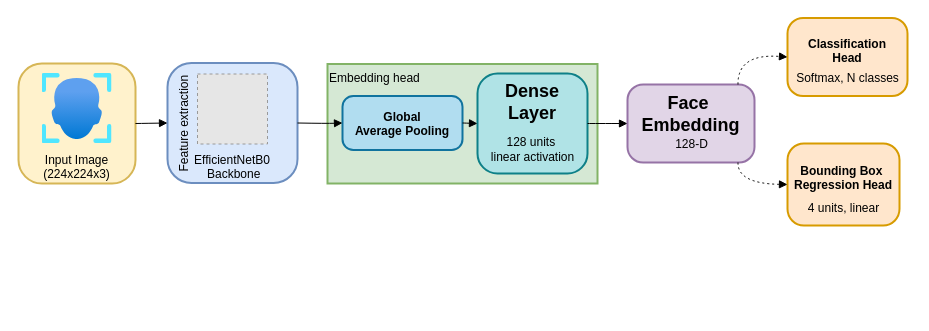
Before: src/assets/flowcharts/model_architecture.drawio in YuriiMurha/BP-face-recognition, a draw.io diagram. Source tidied: cells renumbered, new cells numbered last; positions are measured from the earlier drawing's top-left corner, leaving out a move shared by most shapes. Both pictures are drawn from the tidied source at 100%, with x=0, y=0 at pixel (18, 17). Pictures stored in the file or linked from it are replaced by grey dashed boxes.
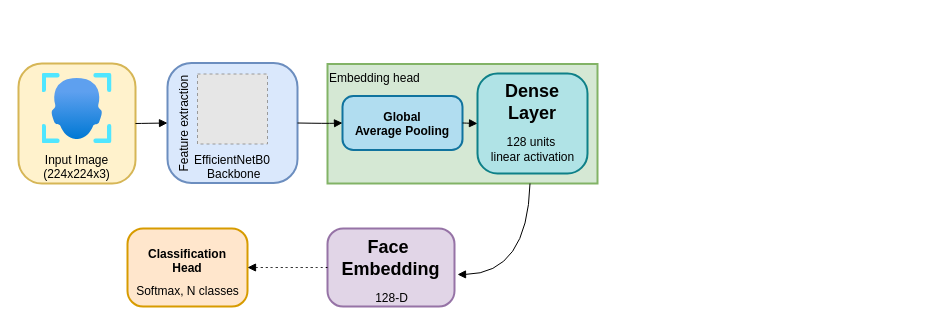
After the change.

Unchanged cells that the change refers to:
```xml
<mxCell id="2" value="Embedding head" style="whiteSpace=wrap;strokeWidth=2;align=left;verticalAlign=top;fillColor=#d5e8d4;strokeColor=#82b366;" parent="1" vertex="1">
  <mxGeometry x="309" y="46.5" width="270" height="119.5" as="geometry" />
</mxCell>
<mxCell id="6" value="Dense&#10;Layer" style="rounded=1;arcSize=20;strokeWidth=2;fontStyle=1;fillColor=#b0e3e6;strokeColor=#0e8088;fontSize=18;verticalAlign=top;labelPosition=center;verticalLabelPosition=middle;align=center;" parent="1" vertex="1">
  <mxGeometry x="459" y="56" width="110" height="100" as="geometry" />
</mxCell>
```

What changed in the source:
```diff
@@
     <mxCell id="7" value="Face &#10;Embedding&#10;" style="rounded=1;arcSize=20;strokeWidth=2;fillColor=#e1d5e7;strokeColor=#9673a6;fontStyle=1;fontSize=18;" parent="1" vertex="1">
-      <mxGeometry x="609" y="67" width="127" height="78" as="geometry" />
+      <mxGeometry x="309" y="211" width="127" height="78" as="geometry" />
     </mxCell>
     <mxCell id="8" value="Classification&#10;Head&#10;" style="rounded=1;arcSize=20;strokeWidth=2;fillColor=#ffe6cc;strokeColor=#d79b00;fontStyle=1;" parent="1" vertex="1">
-      <mxGeometry x="769" y="0.5" width="120" height="78" as="geometry" />
+      <mxGeometry x="109" y="211" width="120" height="78" as="geometry" />
     </mxCell>
-    <mxCell id="9" value="Bounding Box &#10;Regression Head&#10;" style="rounded=1;arcSize=20;strokeWidth=2;fontStyle=1;fillColor=#ffe6cc;strokeColor=#d79b00;" parent="1" vertex="1">
-      <mxGeometry x="769" y="126" width="112" height="82" as="geometry" />
-    </mxCell>
@@
-    <mxCell id="13" style="curved=1;startArrow=none;endArrow=block;exitX=1;exitY=0.5;entryX=0;entryY=0.5;" parent="1" edge="1" source="6" target="7">
-      <mxGeometry relative="1" as="geometry" />
+    <mxCell id="13" style="curved=1;startArrow=none;endArrow=block;exitX=0.75;exitY=1;exitDx=0;exitDy=0;" parent="1" edge="1" source="2">
+      <mxGeometry relative="1" as="geometry">
+        <mxPoint x="439" y="257" as="targetPoint" />
+        <Array as="points">
+          <mxPoint x="509" y="256" />
+        </Array>
+      </mxGeometry>
     </mxCell>
-    <mxCell id="14" style="curved=1;dashed=1;dashPattern=2 3;startArrow=none;endArrow=block;exitX=0.87;exitY=0;entryX=0;entryY=0.5;" parent="1" edge="1" source="7" target="8">
-      <mxGeometry relative="1" as="geometry">
-        <Array as="points">
-          <mxPoint x="719" y="36" />
-        </Array>
-      </mxGeometry>
+    <mxCell id="14" style="curved=1;dashed=1;dashPattern=2 3;startArrow=none;endArrow=block;entryX=1;entryY=0.5;entryDx=0;entryDy=0;exitX=0;exitY=0.5;exitDx=0;exitDy=0;" parent="1" edge="1" source="7" target="8">
+      <mxGeometry relative="1" as="geometry" />
     </mxCell>
-    <mxCell id="15" style="curved=1;dashed=1;dashPattern=2 3;startArrow=none;endArrow=block;exitX=0.87;exitY=1;entryX=0;entryY=0.5;" parent="1" edge="1" source="7" target="9">
-      <mxGeometry relative="1" as="geometry">
-        <Array as="points">
-          <mxPoint x="719" y="166" />
-        </Array>
-      </mxGeometry>
-    </mxCell>
@@
     <mxCell id="20" value="&lt;span style=&quot;color: rgb(0, 0, 0);&quot;&gt;&lt;font style=&quot;&quot;&gt;128-D&lt;/font&gt;&lt;/span&gt;" style="text;html=1;align=center;verticalAlign=middle;strokeColor=none;fillColor=none;" parent="1" vertex="1">
-      <mxGeometry x="642.5" y="111.5" width="60" height="30" as="geometry" />
+      <mxGeometry x="342.5" y="266" width="60" height="30" as="geometry" />
     </mxCell>
-    <mxCell id="21" value="&lt;span style=&quot;color: rgb(0, 0, 0);&quot;&gt;4 units, linear&lt;/span&gt;" style="text;html=1;align=center;verticalAlign=middle;strokeColor=none;fillColor=none;" parent="1" vertex="1">
-      <mxGeometry x="780" y="176" width="90" height="30" as="geometry" />
-    </mxCell>
     <mxCell id="22" value="&lt;span style=&quot;color: rgb(0, 0, 0);&quot;&gt;Softmax, N classes&lt;/span&gt;" style="text;html=1;align=center;verticalAlign=middle;strokeColor=none;fillColor=none;" parent="1" vertex="1">
-      <mxGeometry x="764" y="45.5" width="130" height="30" as="geometry" />
+      <mxGeometry x="104" y="259" width="130" height="30" as="geometry" />
     </mxCell>
```
